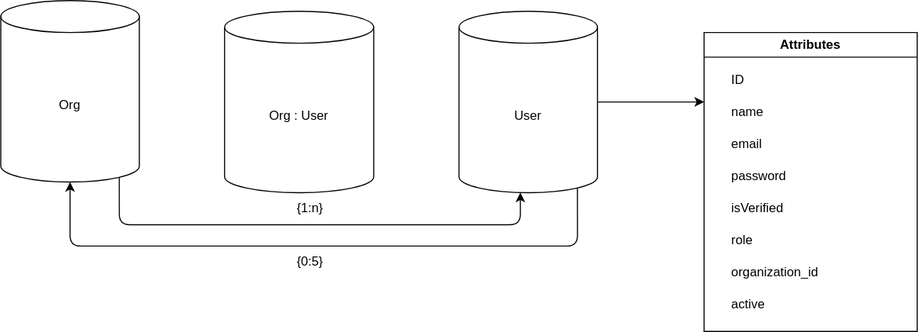
The draw.io diagram erd.drawio.svg in GaurangTyagi123/logisick, before a commit. Source tidied: cells renumbered, new cells last; positions are measured from the earlier drawing's top-left corner, leaving out a move shared by most shapes.
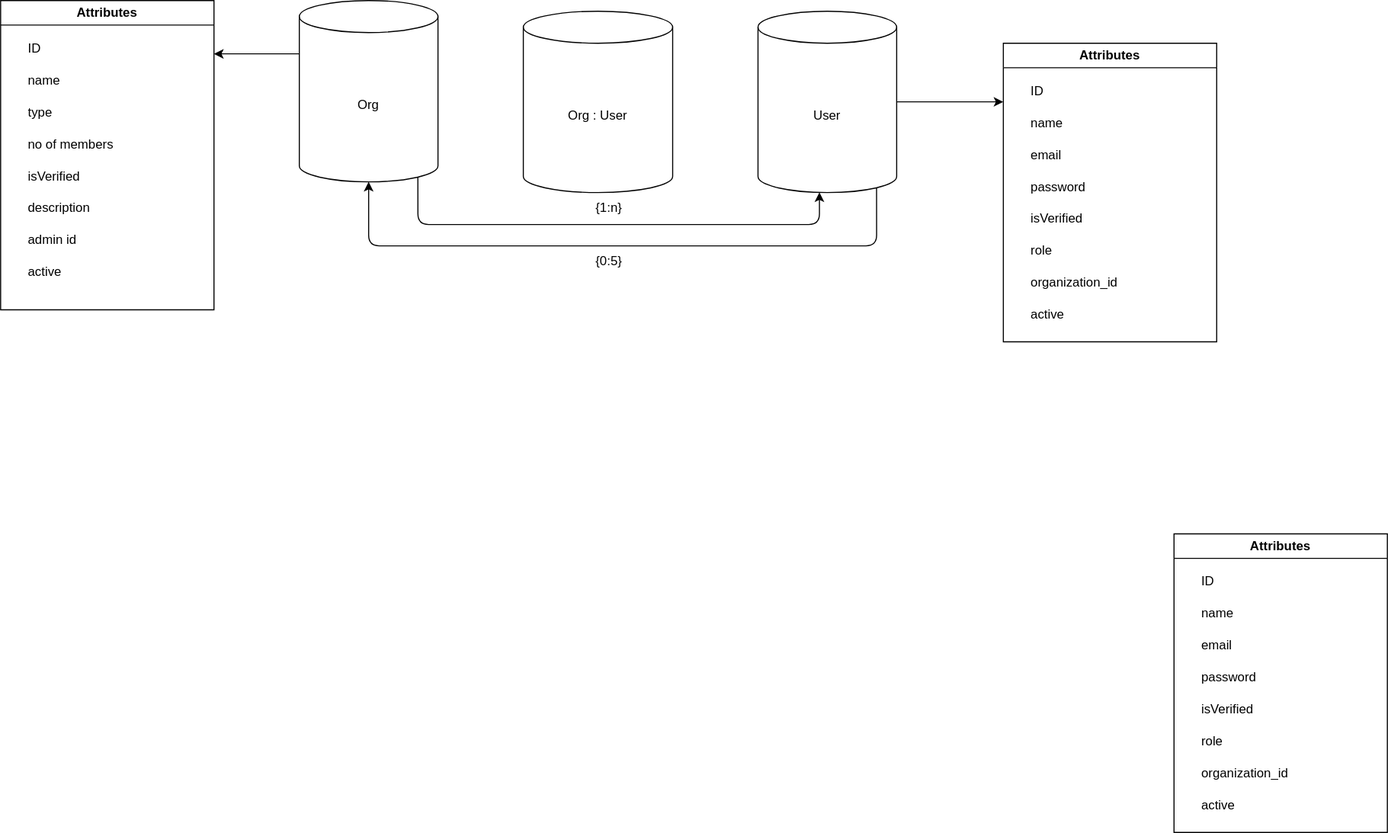
Above is the later version.

Commit message:
feat: update favicon and add meta description to index.html

What changed in the source:
```diff
@@ -10,6 +10,11 @@
     <mxCell id="3" value="User" style="shape=cylinder3;whiteSpace=wrap;html=1;boundedLbl=1;backgroundOutline=1;size=15;" parent="1" vertex="1">
       <mxGeometry x="430" y="10" width="130" height="170" as="geometry" />
     </mxCell>
+    <mxCell id="19" style="edgeStyle=none;html=1;exitX=0;exitY=0;exitDx=0;exitDy=50;exitPerimeter=0;" parent="1" edge="1" source="4">
+      <mxGeometry relative="1" as="geometry">
+        <mxPoint x="-80" y="50" as="targetPoint" />
+      </mxGeometry>
+    </mxCell>
     <mxCell id="4" value="Org" style="shape=cylinder3;whiteSpace=wrap;html=1;boundedLbl=1;backgroundOutline=1;size=15;" parent="1" vertex="1">
       <mxGeometry width="130" height="170" as="geometry" />
     </mxCell>
@@ -39,7 +44,7 @@
       <mxGeometry x="265" y="230" width="50" height="30" as="geometry" />
     </mxCell>
     <mxCell id="10" value="Attributes" style="swimlane;whiteSpace=wrap;html=1;" parent="1" vertex="1">
-      <mxGeometry x="660" y="30" width="200" height="280" as="geometry" />
+      <mxGeometry x="660" y="40" width="200" height="280" as="geometry" />
     </mxCell>
     <mxCell id="11" value="ID" style="text;strokeColor=none;fillColor=none;align=left;verticalAlign=middle;spacingLeft=4;spacingRight=4;overflow=hidden;whiteSpace=wrap;html=1;" parent="10" vertex="1">
       <mxGeometry x="20" y="30" width="140" height="30" as="geometry" />
@@ -65,5 +70,59 @@
     <mxCell id="18" value="active" style="text;strokeColor=none;fillColor=none;align=left;verticalAlign=middle;spacingLeft=4;spacingRight=4;overflow=hidden;whiteSpace=wrap;html=1;" parent="10" vertex="1">
       <mxGeometry x="20" y="240" width="140" height="30" as="geometry" />
     </mxCell>
+    <mxCell id="20" value="Attributes" style="swimlane;whiteSpace=wrap;html=1;" parent="1" vertex="1">
+      <mxGeometry x="820" y="500" width="200" height="280" as="geometry" />
+    </mxCell>
+    <mxCell id="21" value="ID" style="text;strokeColor=none;fillColor=none;align=left;verticalAlign=middle;spacingLeft=4;spacingRight=4;overflow=hidden;whiteSpace=wrap;html=1;" parent="20" vertex="1">
+      <mxGeometry x="20" y="30" width="140" height="30" as="geometry" />
+    </mxCell>
+    <mxCell id="22" value="name" style="text;strokeColor=none;fillColor=none;align=left;verticalAlign=middle;spacingLeft=4;spacingRight=4;overflow=hidden;whiteSpace=wrap;html=1;" parent="20" vertex="1">
+      <mxGeometry x="20" y="60" width="140" height="30" as="geometry" />
+    </mxCell>
+    <mxCell id="23" value="email" style="text;strokeColor=none;fillColor=none;align=left;verticalAlign=middle;spacingLeft=4;spacingRight=4;overflow=hidden;whiteSpace=wrap;html=1;" parent="20" vertex="1">
+      <mxGeometry x="20" y="90" width="140" height="30" as="geometry" />
+    </mxCell>
+    <mxCell id="24" value="password" style="text;strokeColor=none;fillColor=none;align=left;verticalAlign=middle;spacingLeft=4;spacingRight=4;overflow=hidden;whiteSpace=wrap;html=1;" parent="20" vertex="1">
+      <mxGeometry x="20" y="120" width="140" height="30" as="geometry" />
+    </mxCell>
+    <mxCell id="25" value="isVerified" style="text;strokeColor=none;fillColor=none;align=left;verticalAlign=middle;spacingLeft=4;spacingRight=4;overflow=hidden;whiteSpace=wrap;html=1;" parent="20" vertex="1">
+      <mxGeometry x="20" y="150" width="140" height="30" as="geometry" />
+    </mxCell>
+    <mxCell id="26" value="role" style="text;strokeColor=none;fillColor=none;align=left;verticalAlign=middle;spacingLeft=4;spacingRight=4;overflow=hidden;whiteSpace=wrap;html=1;" parent="20" vertex="1">
+      <mxGeometry x="20" y="180" width="140" height="30" as="geometry" />
+    </mxCell>
+    <mxCell id="27" value="organization_id" style="text;strokeColor=none;fillColor=none;align=left;verticalAlign=middle;spacingLeft=4;spacingRight=4;overflow=hidden;whiteSpace=wrap;html=1;" parent="20" vertex="1">
+      <mxGeometry x="20" y="210" width="140" height="30" as="geometry" />
+    </mxCell>
+    <mxCell id="28" value="active" style="text;strokeColor=none;fillColor=none;align=left;verticalAlign=middle;spacingLeft=4;spacingRight=4;overflow=hidden;whiteSpace=wrap;html=1;" parent="20" vertex="1">
+      <mxGeometry x="20" y="240" width="140" height="30" as="geometry" />
+    </mxCell>
+    <mxCell id="29" value="Attributes" style="swimlane;whiteSpace=wrap;html=1;" parent="1" vertex="1">
+      <mxGeometry x="-280" width="200" height="290" as="geometry" />
+    </mxCell>
+    <mxCell id="30" value="ID" style="text;strokeColor=none;fillColor=none;align=left;verticalAlign=middle;spacingLeft=4;spacingRight=4;overflow=hidden;whiteSpace=wrap;html=1;" parent="29" vertex="1">
+      <mxGeometry x="20" y="30" width="140" height="30" as="geometry" />
+    </mxCell>
+    <mxCell id="31" value="name" style="text;strokeColor=none;fillColor=none;align=left;verticalAlign=middle;spacingLeft=4;spacingRight=4;overflow=hidden;whiteSpace=wrap;html=1;" parent="29" vertex="1">
+      <mxGeometry x="20" y="60" width="140" height="30" as="geometry" />
+    </mxCell>
+    <mxCell id="32" value="type" style="text;strokeColor=none;fillColor=none;align=left;verticalAlign=middle;spacingLeft=4;spacingRight=4;overflow=hidden;whiteSpace=wrap;html=1;" parent="29" vertex="1">
+      <mxGeometry x="20" y="90" width="140" height="30" as="geometry" />
+    </mxCell>
+    <mxCell id="33" value="no of members" style="text;strokeColor=none;fillColor=none;align=left;verticalAlign=middle;spacingLeft=4;spacingRight=4;overflow=hidden;whiteSpace=wrap;html=1;" parent="29" vertex="1">
+      <mxGeometry x="20" y="120" width="140" height="30" as="geometry" />
+    </mxCell>
+    <mxCell id="34" value="isVerified" style="text;strokeColor=none;fillColor=none;align=left;verticalAlign=middle;spacingLeft=4;spacingRight=4;overflow=hidden;whiteSpace=wrap;html=1;" parent="29" vertex="1">
+      <mxGeometry x="20" y="150" width="140" height="30" as="geometry" />
+    </mxCell>
+    <mxCell id="35" value="description" style="text;strokeColor=none;fillColor=none;align=left;verticalAlign=middle;spacingLeft=4;spacingRight=4;overflow=hidden;whiteSpace=wrap;html=1;" parent="29" vertex="1">
+      <mxGeometry x="20" y="180" width="140" height="30" as="geometry" />
+    </mxCell>
+    <mxCell id="36" value="active" style="text;strokeColor=none;fillColor=none;align=left;verticalAlign=middle;spacingLeft=4;spacingRight=4;overflow=hidden;whiteSpace=wrap;html=1;" parent="29" vertex="1">
+      <mxGeometry x="20" y="240" width="140" height="30" as="geometry" />
+    </mxCell>
+    <mxCell id="37" value="admin id" style="text;strokeColor=none;fillColor=none;align=left;verticalAlign=middle;spacingLeft=4;spacingRight=4;overflow=hidden;whiteSpace=wrap;html=1;" parent="29" vertex="1">
+      <mxGeometry x="20" y="210" width="140" height="30" as="geometry" />
+    </mxCell>
   </root>
 </mxGraphModel>
```
